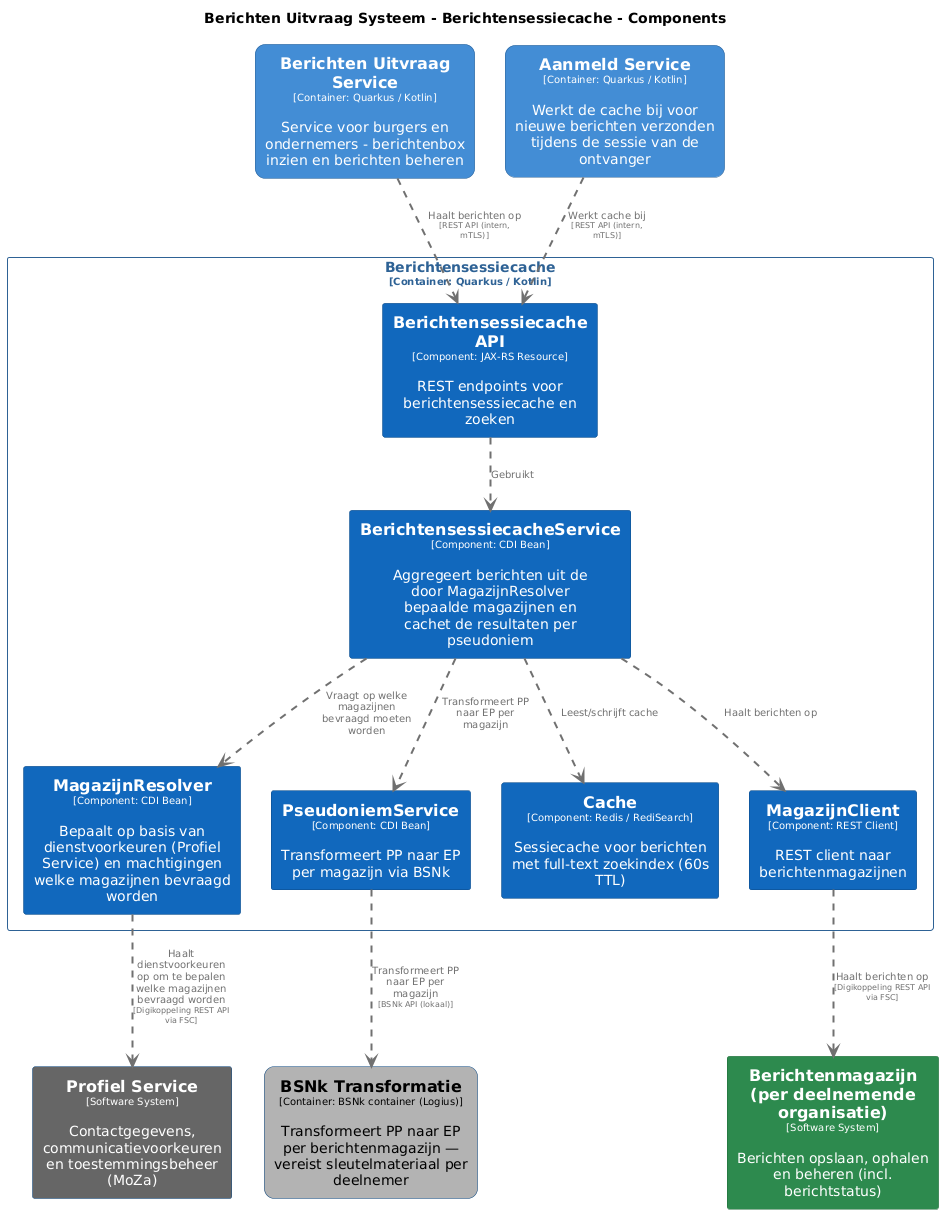
The PlantUML diagram pr-preview/pr-22/master/png/BerichtensessiecacheComponenten.png in MinBZK/moza-poc-fbs-berichtenbox, before a commit.
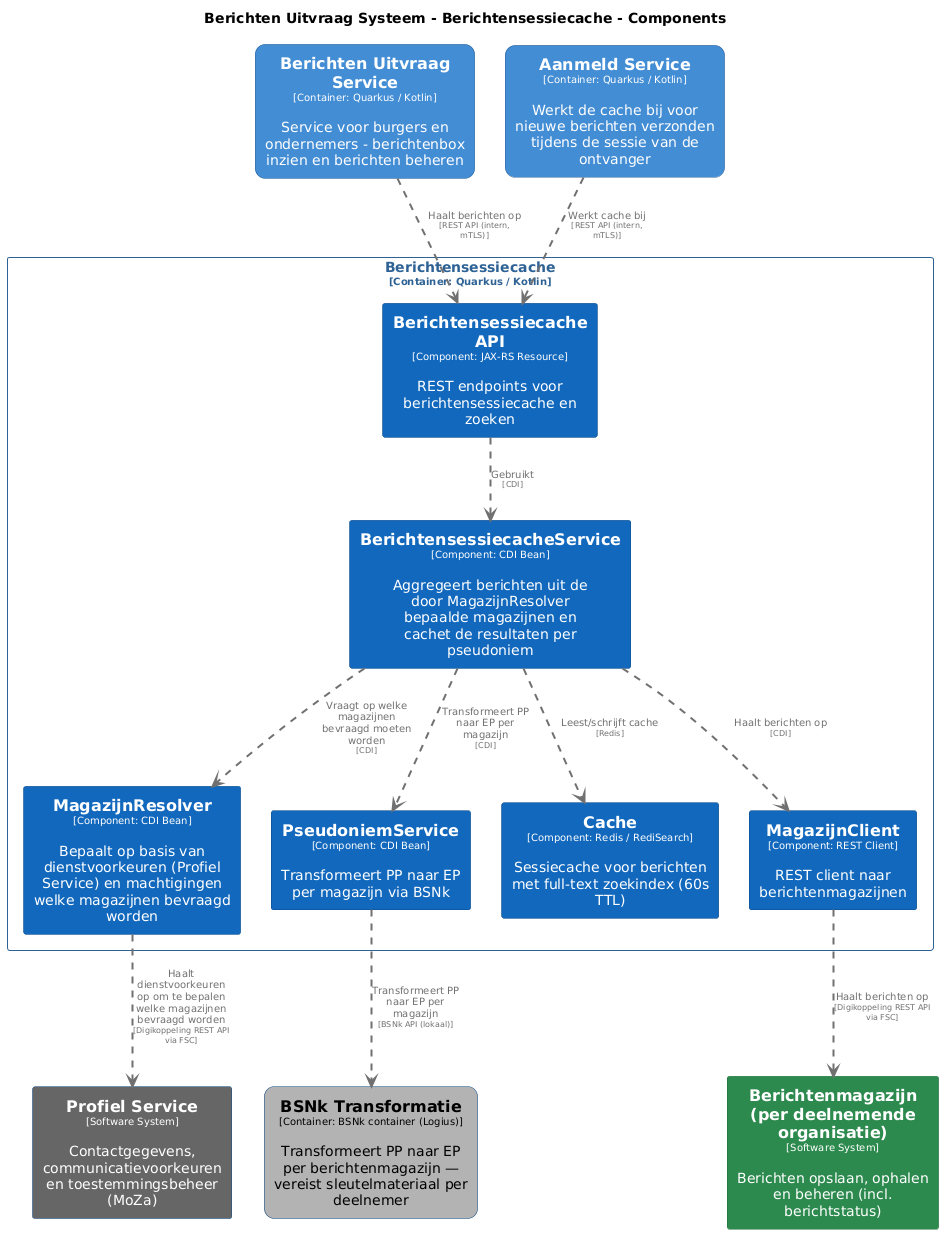
Above is the later version.

Change to the diagram source:
```diff
@@ -107,11 +107,11 @@
 
 BerichtenUitvraagSysteem.Berichtensessiecache.MagazijnResolver .[#707070,thickness=2].> ProfielService : "<color:#707070>Haalt dienstvoorkeuren op om te bepalen welke magazijnen bevraagd worden\n<color:#707070><size:8>[Digikoppeling REST API via FSC]</size>"
 BerichtenUitvraagSysteem.Berichtensessiecache.MagazijnClient .[#707070,thickness=2].> Berichtenmagazijnperdeelnemendeorganisatie : "<color:#707070>Haalt berichten op\n<color:#707070><size:8>[Digikoppeling REST API via FSC]</size>"
-BerichtenUitvraagSysteem.Berichtensessiecache.BerichtensessiecacheAPI .[#707070,thickness=2].> BerichtenUitvraagSysteem.Berichtensessiecache.BerichtensessiecacheService : "<color:#707070>Gebruikt"
-BerichtenUitvraagSysteem.Berichtensessiecache.BerichtensessiecacheService .[#707070,thickness=2].> BerichtenUitvraagSysteem.Berichtensessiecache.MagazijnResolver : "<color:#707070>Vraagt op welke magazijnen bevraagd moeten worden"
-BerichtenUitvraagSysteem.Berichtensessiecache.BerichtensessiecacheService .[#707070,thickness=2].> BerichtenUitvraagSysteem.Berichtensessiecache.PseudoniemService : "<color:#707070>Transformeert PP naar EP per magazijn"
-BerichtenUitvraagSysteem.Berichtensessiecache.BerichtensessiecacheService .[#707070,thickness=2].> BerichtenUitvraagSysteem.Berichtensessiecache.Cache : "<color:#707070>Leest/schrijft cache"
-BerichtenUitvraagSysteem.Berichtensessiecache.BerichtensessiecacheService .[#707070,thickness=2].> BerichtenUitvraagSysteem.Berichtensessiecache.MagazijnClient : "<color:#707070>Haalt berichten op"
+BerichtenUitvraagSysteem.Berichtensessiecache.BerichtensessiecacheAPI .[#707070,thickness=2].> BerichtenUitvraagSysteem.Berichtensessiecache.BerichtensessiecacheService : "<color:#707070>Gebruikt\n<color:#707070><size:8>[CDI]</size>"
+BerichtenUitvraagSysteem.Berichtensessiecache.BerichtensessiecacheService .[#707070,thickness=2].> BerichtenUitvraagSysteem.Berichtensessiecache.MagazijnResolver : "<color:#707070>Vraagt op welke magazijnen bevraagd moeten worden\n<color:#707070><size:8>[CDI]</size>"
+BerichtenUitvraagSysteem.Berichtensessiecache.BerichtensessiecacheService .[#707070,thickness=2].> BerichtenUitvraagSysteem.Berichtensessiecache.PseudoniemService : "<color:#707070>Transformeert PP naar EP per magazijn\n<color:#707070><size:8>[CDI]</size>"
+BerichtenUitvraagSysteem.Berichtensessiecache.BerichtensessiecacheService .[#707070,thickness=2].> BerichtenUitvraagSysteem.Berichtensessiecache.Cache : "<color:#707070>Leest/schrijft cache\n<color:#707070><size:8>[Redis]</size>"
+BerichtenUitvraagSysteem.Berichtensessiecache.BerichtensessiecacheService .[#707070,thickness=2].> BerichtenUitvraagSysteem.Berichtensessiecache.MagazijnClient : "<color:#707070>Haalt berichten op\n<color:#707070><size:8>[CDI]</size>"
 BerichtenUitvraagSysteem.Berichtensessiecache.PseudoniemService .[#707070,thickness=2].> BerichtenUitvraagSysteem.BSNkTransformatie : "<color:#707070>Transformeert PP naar EP per magazijn\n<color:#707070><size:8>[BSNk API (lokaal)]</size>"
 BerichtenUitvraagSysteem.AanmeldService .[#707070,thickness=2].> BerichtenUitvraagSysteem.Berichtensessiecache.BerichtensessiecacheAPI : "<color:#707070>Werkt cache bij\n<color:#707070><size:8>[REST API (intern, mTLS)]</size>"
 BerichtenUitvraagSysteem.BerichtenUitvraagService .[#707070,thickness=2].> BerichtenUitvraagSysteem.Berichtensessiecache.BerichtensessiecacheAPI : "<color:#707070>Haalt berichten op\n<color:#707070><size:8>[REST API (intern, mTLS)]</size>"
```
